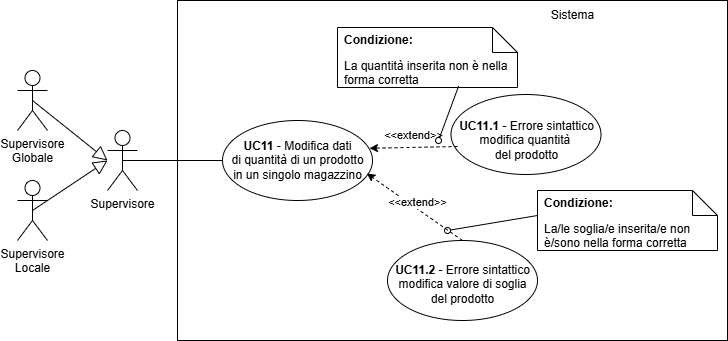
Earlier version of the draw.io export documents/rtb/assets/UC11.png (teamcodealchemists/docs). Source tidied: cells renumbered, new cells last; positions are measured from the earlier drawing's top-left corner, leaving out a move shared by most shapes.
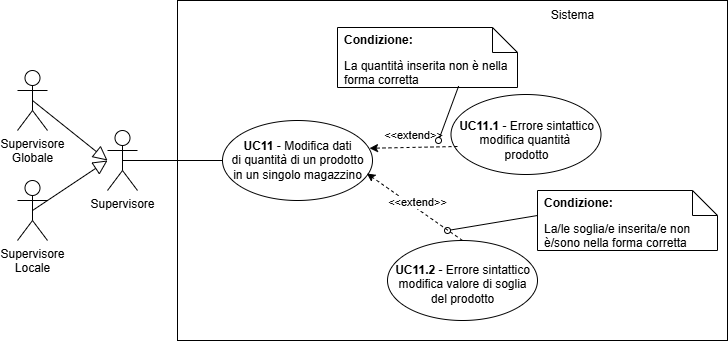
The same diagram one commit later.

Change to the diagram source:
```diff
@@ -39,7 +39,7 @@
     <mxCell id="12" style="ellipse;whiteSpace=wrap;html=1;fontStyle=1;" parent="1" vertex="1">
       <mxGeometry x="433.5" y="94" width="150" height="80" as="geometry" />
     </mxCell>
-    <mxCell id="13" value="&lt;b&gt;UC11.1&amp;nbsp;&lt;/b&gt;- Errore sintattico&lt;div&gt;modifica quantità&amp;nbsp;&lt;/div&gt;&lt;div&gt;del prodotto&lt;/div&gt;" style="text;html=1;align=center;verticalAlign=middle;strokeColor=none;fillColor=none;" parent="1" vertex="1">
+    <mxCell id="13" value="&lt;b&gt;UC11.1&amp;nbsp;&lt;/b&gt;- Errore sintattico&lt;div&gt;modifica quantità&amp;nbsp;&lt;/div&gt;&lt;div&gt;prodotto&lt;/div&gt;" style="text;html=1;align=center;verticalAlign=middle;strokeColor=none;fillColor=none;" parent="1" vertex="1">
       <mxGeometry x="428.5" y="110" width="160" height="60" as="geometry" />
     </mxCell>
     <mxCell id="14" style="ellipse;whiteSpace=wrap;html=1;fontStyle=1;" parent="1" vertex="1">
```
